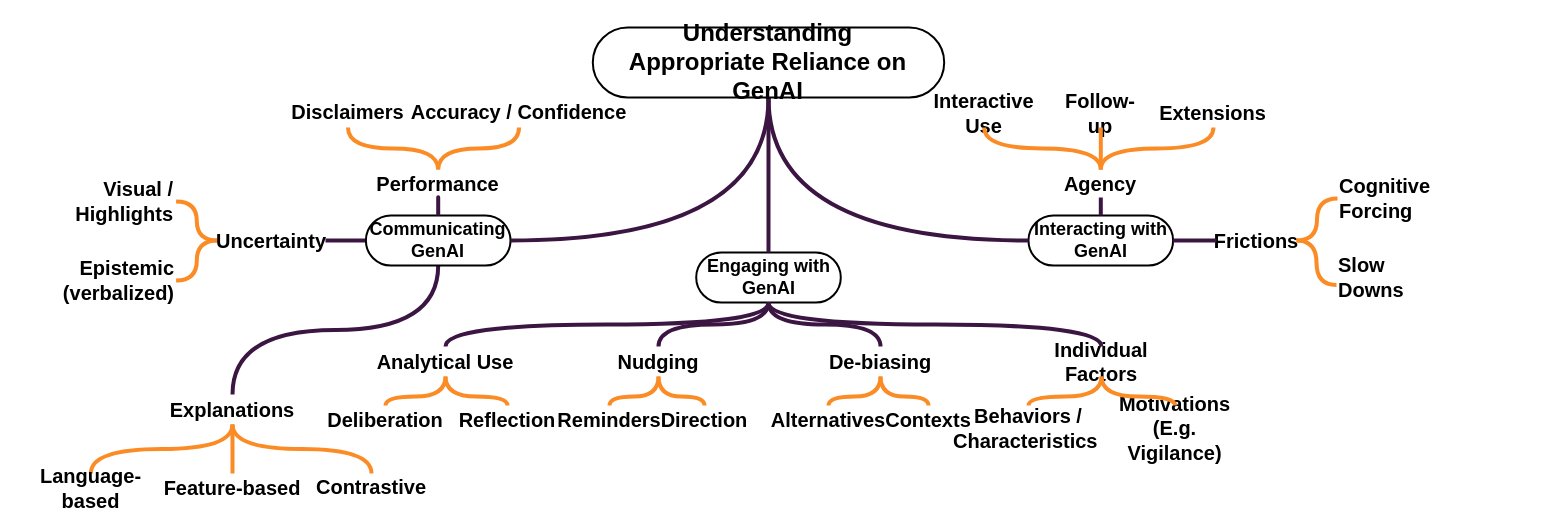
raeeschaudhary/Coursera_Exams keeps this draw.io diagram as ext/chi27-rev-4.1.drawio. Above is the earlier version. Source tidied: cells renumbered, new cells numbered last; positions are measured from the earlier drawing's top-left corner, leaving out a move shared by most shapes. Both pictures are drawn from the tidied source at 100%, with x=0, y=0 at pixel (18, 27).
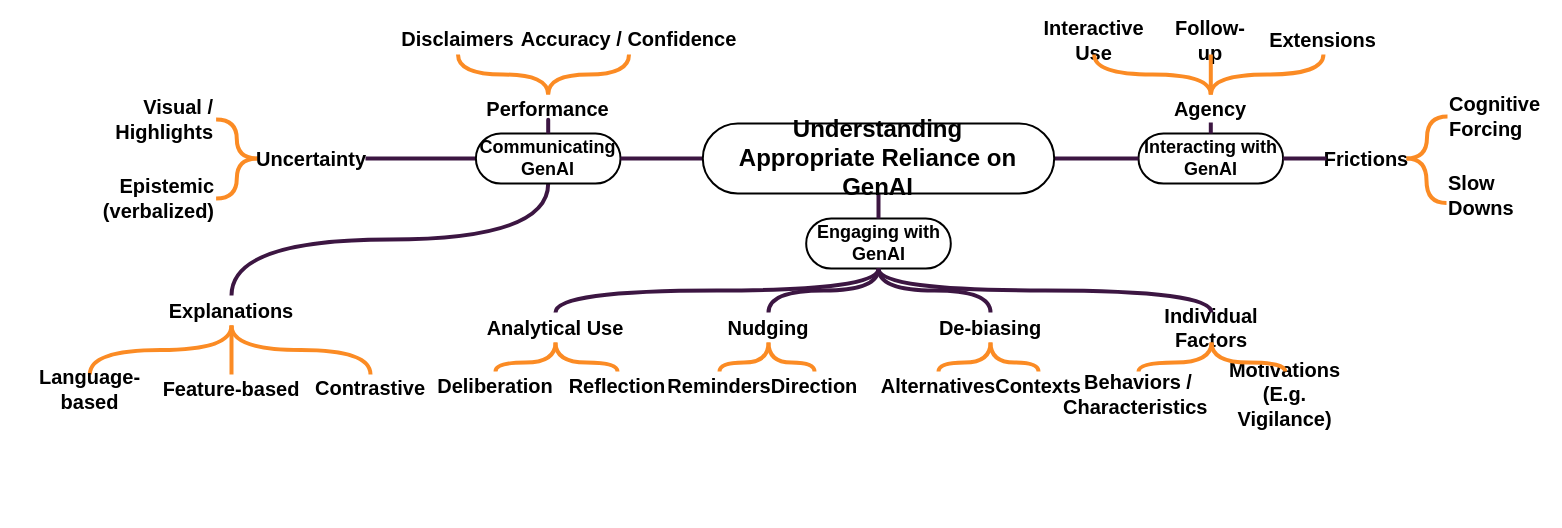
The same diagram, later.

Diff of the diagram source:
```diff
@@
     <mxCell id="4" value="Communicating GenAI" style="rounded=1;whiteSpace=wrap;html=1;arcSize=50;strokeWidth=2;fontFamily=calibri;fontSize=18;fontStyle=1;" parent="1" vertex="1">
-      <mxGeometry x="347.4" y="188" width="144.6" height="50" as="geometry" />
+      <mxGeometry x="457.4" y="106" width="144.6" height="50" as="geometry" />
     </mxCell>
@@
     <mxCell id="8" value="Explanations" style="text;html=1;whiteSpace=wrap;strokeColor=none;fillColor=none;align=center;verticalAlign=middle;rounded=0;fontFamily=calibri;fontStyle=1;fontSize=20;" parent="1" vertex="1">
-      <mxGeometry x="134" y="367" width="160" height="30" as="geometry" />
+      <mxGeometry x="133" y="268" width="160" height="30" as="geometry" />
     </mxCell>
@@
     <mxCell id="11" value="&lt;span&gt;Uncertainty&lt;/span&gt;" style="text;html=1;whiteSpace=wrap;strokeColor=none;fillColor=none;align=center;verticalAlign=middle;rounded=0;fontFamily=calibri;fontStyle=1;fontSize=20;" parent="1" vertex="1">
-      <mxGeometry x="199" y="199" width="108" height="28" as="geometry" />
+      <mxGeometry x="239" y="117" width="108" height="28" as="geometry" />
     </mxCell>
     <mxCell id="12" value="&lt;span style=&quot;font-size: 20px;&quot;&gt;Epistemic (verbalized)&lt;/span&gt;" style="text;html=1;whiteSpace=wrap;strokeColor=none;fillColor=none;align=right;verticalAlign=middle;rounded=0;fontFamily=calibri;fontSize=18;fontStyle=1;" parent="1" vertex="1">
-      <mxGeometry x="49.6" y="238" width="108" height="30" as="geometry" />
+      <mxGeometry x="89.6" y="156" width="108" height="30" as="geometry" />
     </mxCell>
     <mxCell id="13" value="&lt;span style=&quot;font-size: 20px;&quot;&gt;Visual / Highlights&lt;/span&gt;" style="text;html=1;whiteSpace=wrap;strokeColor=none;fillColor=none;align=right;verticalAlign=middle;rounded=0;fontFamily=calibri;fontSize=18;fontStyle=1;" parent="1" vertex="1">
-      <mxGeometry x="62.3" y="160" width="95.3" height="28" as="geometry" />
+      <mxGeometry x="102.3" y="78" width="95.3" height="28" as="geometry" />
     </mxCell>
     <mxCell id="14" value="&lt;span&gt;&lt;span style=&quot;font-size:20px;&quot;&gt;Language-based&lt;/span&gt;&lt;/span&gt;" style="text;html=1;whiteSpace=wrap;strokeColor=none;fillColor=none;align=center;verticalAlign=middle;rounded=0;fontFamily=calibri;fontSize=18;fontStyle=1;" parent="1" vertex="1">
-      <mxGeometry y="446" width="144.6" height="30" as="geometry" />
+      <mxGeometry x="-1" y="347" width="144.6" height="30" as="geometry" />
     </mxCell>
     <mxCell id="15" value="&lt;span style=&quot;font-size: 20px;&quot;&gt;Feature-based&lt;/span&gt;" style="text;html=1;whiteSpace=wrap;strokeColor=none;fillColor=none;align=center;verticalAlign=middle;rounded=0;fontFamily=calibri;fontSize=18;fontStyle=1;" parent="1" vertex="1">
-      <mxGeometry x="136" y="446" width="156" height="30" as="geometry" />
+      <mxGeometry x="135" y="347" width="156" height="30" as="geometry" />
     </mxCell>
     <mxCell id="16" value="&lt;span style=&quot;font-size: 20px;&quot;&gt;Contrastive&lt;/span&gt;" style="text;html=1;whiteSpace=wrap;strokeColor=none;fillColor=none;align=center;verticalAlign=middle;rounded=0;fontFamily=calibri;fontSize=18;fontStyle=1;" parent="1" vertex="1">
-      <mxGeometry x="299" y="446" width="108" height="28" as="geometry" />
+      <mxGeometry x="298" y="347" width="108" height="28" as="geometry" />
     </mxCell>
     <mxCell id="17" value="&lt;span&gt;Performance&lt;/span&gt;" style="text;html=1;whiteSpace=wrap;strokeColor=none;fillColor=none;align=center;verticalAlign=middle;rounded=0;fontFamily=calibri;fontStyle=1;fontSize=20;" parent="1" vertex="1">
-      <mxGeometry x="352" y="142" width="135.3" height="28" as="geometry" />
+      <mxGeometry x="462" y="67" width="135.3" height="28" as="geometry" />
     </mxCell>
@@
     <mxCell id="21" value="&lt;span style=&quot;font-size: 20px;&quot;&gt;Disclaimers&lt;/span&gt;" style="text;html=1;whiteSpace=wrap;strokeColor=none;fillColor=none;align=center;verticalAlign=middle;rounded=0;fontFamily=calibri;fontSize=18;fontStyle=1;" parent="1" vertex="1">
-      <mxGeometry x="258" y="70" width="143" height="30" as="geometry" />
+      <mxGeometry x="368" y="-3" width="143" height="30" as="geometry" />
     </mxCell>
     <mxCell id="22" value="&lt;span style=&quot;font-size: 20px;&quot;&gt;Accuracy / Confidence&lt;/span&gt;" style="text;html=1;whiteSpace=wrap;strokeColor=none;fillColor=none;align=center;verticalAlign=middle;rounded=0;fontFamily=calibri;fontSize=18;fontStyle=1;" parent="1" vertex="1">
-      <mxGeometry x="381" y="70" width="239" height="30" as="geometry" />
+      <mxGeometry x="491" y="-3" width="239" height="30" as="geometry" />
     </mxCell>
-    <mxCell id="23" style="edgeStyle=orthogonalEdgeStyle;rounded=0;jettySize=auto;html=1;exitX=0.5;exitY=1;exitDx=0;exitDy=0;entryX=1;entryY=0.5;entryDx=0;entryDy=0;endArrow=none;endFill=0;curved=1;endSize=6;strokeWidth=4;strokeColor=#3C1642;fontFamily=calibri;" parent="1" edge="1" source="64" target="4">
+    <mxCell id="23" style="edgeStyle=orthogonalEdgeStyle;rounded=0;jettySize=auto;html=1;exitX=0;exitY=0.5;exitDx=0;exitDy=0;entryX=1;entryY=0.5;entryDx=0;entryDy=0;endArrow=none;endFill=0;curved=1;endSize=6;strokeWidth=4;strokeColor=#3C1642;fontFamily=calibri;" parent="1" edge="1" source="64" target="4">
       <mxGeometry relative="1" as="geometry" />
     </mxCell>
     <mxCell id="24" value="Engaging with GenAI" style="rounded=1;whiteSpace=wrap;html=1;arcSize=50;strokeWidth=2;fontFamily=calibri;fontSize=18;fontStyle=1;" parent="1" vertex="1">
-      <mxGeometry x="677.7" y="225" width="144.6" height="50" as="geometry" />
+      <mxGeometry x="787.7" y="191" width="144.6" height="50" as="geometry" />
     </mxCell>
@@
     <mxCell id="27" value="Analytical Use" style="text;html=1;whiteSpace=wrap;strokeColor=none;fillColor=none;align=center;verticalAlign=middle;rounded=0;fontFamily=calibri;fontStyle=1;fontSize=20;" parent="1" vertex="1">
-      <mxGeometry x="347" y="319" width="160" height="30" as="geometry" />
+      <mxGeometry x="457" y="285" width="160" height="30" as="geometry" />
     </mxCell>
     <mxCell id="28" value="&lt;span style=&quot;font-size: 20px;&quot;&gt;Deliberation&lt;/span&gt;" style="text;html=1;whiteSpace=wrap;strokeColor=none;fillColor=none;align=center;verticalAlign=middle;rounded=0;fontFamily=calibri;fontSize=18;fontStyle=1;" parent="1" vertex="1">
-      <mxGeometry x="307" y="378" width="120" height="30" as="geometry" />
+      <mxGeometry x="417" y="344" width="120" height="30" as="geometry" />
     </mxCell>
     <mxCell id="29" value="&lt;span style=&quot;font-size: 20px;&quot;&gt;Reflection&lt;/span&gt;" style="text;html=1;whiteSpace=wrap;strokeColor=none;fillColor=none;align=center;verticalAlign=middle;rounded=0;fontFamily=calibri;fontSize=18;fontStyle=1;" parent="1" vertex="1">
-      <mxGeometry x="435" y="378" width="108" height="30" as="geometry" />
+      <mxGeometry x="545" y="344" width="108" height="30" as="geometry" />
     </mxCell>
@@
     <mxCell id="32" value="De-biasing" style="text;html=1;whiteSpace=wrap;strokeColor=none;fillColor=none;align=center;verticalAlign=middle;rounded=0;fontFamily=calibri;fontStyle=1;fontSize=20;" parent="1" vertex="1">
-      <mxGeometry x="782" y="319" width="160" height="30" as="geometry" />
+      <mxGeometry x="892" y="285" width="160" height="30" as="geometry" />
     </mxCell>
@@
     <mxCell id="34" value="&lt;span style=&quot;font-size: 20px;&quot;&gt;Alternatives&lt;/span&gt;" style="text;html=1;whiteSpace=wrap;strokeColor=none;fillColor=none;align=center;verticalAlign=middle;rounded=0;fontFamily=calibri;fontSize=18;fontStyle=1;" parent="1" vertex="1">
-      <mxGeometry x="750" y="378" width="120" height="30" as="geometry" />
+      <mxGeometry x="860" y="344" width="120" height="30" as="geometry" />
     </mxCell>
     <mxCell id="35" value="&lt;span style=&quot;font-size: 20px;&quot;&gt;Contexts&lt;/span&gt;" style="text;html=1;whiteSpace=wrap;strokeColor=none;fillColor=none;align=center;verticalAlign=middle;rounded=0;fontFamily=calibri;fontSize=18;fontStyle=1;" parent="1" vertex="1">
-      <mxGeometry x="856" y="378" width="108" height="30" as="geometry" />
+      <mxGeometry x="966" y="344" width="108" height="30" as="geometry" />
     </mxCell>
@@
     <mxCell id="38" value="Individual Factors" style="text;html=1;whiteSpace=wrap;strokeColor=none;fillColor=none;align=center;verticalAlign=middle;rounded=0;fontFamily=calibri;fontStyle=1;fontSize=20;" parent="1" vertex="1">
-      <mxGeometry x="1003" y="319" width="160" height="30" as="geometry" />
+      <mxGeometry x="1113" y="285" width="160" height="30" as="geometry" />
     </mxCell>
     <mxCell id="39" value="&lt;span style=&quot;font-size: 20px;&quot;&gt;Behaviors / Characteristics&amp;nbsp;&lt;/span&gt;" style="text;html=1;whiteSpace=wrap;strokeColor=none;fillColor=none;align=center;verticalAlign=middle;rounded=0;fontFamily=calibri;fontSize=18;fontStyle=1;" parent="1" vertex="1">
-      <mxGeometry x="950" y="378" width="120" height="46" as="geometry" />
+      <mxGeometry x="1060" y="344" width="120" height="46" as="geometry" />
     </mxCell>
     <mxCell id="40" value="&lt;span style=&quot;font-size: 20px;&quot;&gt;Motivations (E.g. Vigilance)&lt;/span&gt;" style="text;html=1;whiteSpace=wrap;strokeColor=none;fillColor=none;align=center;verticalAlign=middle;rounded=0;fontFamily=calibri;fontSize=18;fontStyle=1;" parent="1" vertex="1">
-      <mxGeometry x="1089" y="378" width="135.3" height="46" as="geometry" />
+      <mxGeometry x="1199" y="344" width="135.3" height="46" as="geometry" />
     </mxCell>
@@
     <mxCell id="44" value="Interacting with GenAI" style="rounded=1;whiteSpace=wrap;html=1;arcSize=50;strokeWidth=2;fontFamily=calibri;fontSize=18;fontStyle=1;" parent="1" vertex="1">
-      <mxGeometry x="1010" y="188" width="144.6" height="50" as="geometry" />
+      <mxGeometry x="1120" y="106" width="144.6" height="50" as="geometry" />
     </mxCell>
@@
     <mxCell id="46" value="Agency" style="text;html=1;whiteSpace=wrap;strokeColor=none;fillColor=none;align=center;verticalAlign=middle;rounded=0;fontFamily=calibri;fontStyle=1;fontSize=20;" parent="1" vertex="1">
-      <mxGeometry x="1002.3" y="142" width="160" height="28" as="geometry" />
+      <mxGeometry x="1112.3" y="67" width="160" height="28" as="geometry" />
     </mxCell>
     <mxCell id="47" value="&lt;span style=&quot;font-size: 20px;&quot;&gt;Interactive Use&lt;/span&gt;" style="text;html=1;whiteSpace=wrap;strokeColor=none;fillColor=none;align=center;verticalAlign=middle;rounded=0;fontFamily=calibri;fontSize=18;fontStyle=1;" parent="1" vertex="1">
-      <mxGeometry x="898" y="72" width="135.3" height="28" as="geometry" />
+      <mxGeometry x="1008" y="-1" width="135.3" height="28" as="geometry" />
     </mxCell>
     <mxCell id="48" value="&lt;span style=&quot;font-size: 20px;&quot;&gt;Follow-up&lt;/span&gt;" style="text;html=1;whiteSpace=wrap;strokeColor=none;fillColor=none;align=center;verticalAlign=middle;rounded=0;fontFamily=calibri;fontSize=18;fontStyle=1;" parent="1" vertex="1">
-      <mxGeometry x="1037.3" y="72" width="90" height="28" as="geometry" />
+      <mxGeometry x="1147.3" y="-1" width="90" height="28" as="geometry" />
     </mxCell>
@@
     <mxCell id="50" value="Nudging" style="text;html=1;whiteSpace=wrap;strokeColor=none;fillColor=none;align=center;verticalAlign=middle;rounded=0;fontFamily=calibri;fontStyle=1;fontSize=20;" parent="1" vertex="1">
-      <mxGeometry x="560" y="319" width="160" height="30" as="geometry" />
+      <mxGeometry x="670" y="285" width="160" height="30" as="geometry" />
     </mxCell>
@@
     <mxCell id="52" value="&lt;span style=&quot;font-size: 20px;&quot;&gt;Reminders&lt;/span&gt;" style="text;html=1;whiteSpace=wrap;strokeColor=none;fillColor=none;align=center;verticalAlign=middle;rounded=0;fontFamily=calibri;fontSize=18;fontStyle=1;" parent="1" vertex="1">
-      <mxGeometry x="531" y="378" width="120" height="30" as="geometry" />
+      <mxGeometry x="641" y="344" width="120" height="30" as="geometry" />
     </mxCell>
     <mxCell id="53" value="&lt;span style=&quot;font-size: 20px;&quot;&gt;Direction&lt;/span&gt;" style="text;html=1;whiteSpace=wrap;strokeColor=none;fillColor=none;align=center;verticalAlign=middle;rounded=0;fontFamily=calibri;fontSize=18;fontStyle=1;" parent="1" vertex="1">
-      <mxGeometry x="632" y="378" width="108" height="30" as="geometry" />
+      <mxGeometry x="742" y="344" width="108" height="30" as="geometry" />
     </mxCell>
@@
     <mxCell id="56" value="Frictions" style="text;html=1;whiteSpace=wrap;strokeColor=none;fillColor=none;align=center;verticalAlign=middle;rounded=0;fontFamily=calibri;fontStyle=1;fontSize=20;" parent="1" vertex="1">
-      <mxGeometry x="1198" y="199" width="80" height="28" as="geometry" />
+      <mxGeometry x="1308" y="117" width="80" height="28" as="geometry" />
     </mxCell>
     <mxCell id="57" value="&lt;span style=&quot;font-size: 20px;&quot;&gt;Slow&amp;nbsp;&lt;/span&gt;&lt;div&gt;&lt;span style=&quot;font-size: 20px;&quot;&gt;Downs&lt;/span&gt;&lt;/div&gt;" style="text;html=1;whiteSpace=wrap;strokeColor=none;fillColor=none;align=left;verticalAlign=middle;rounded=0;fontFamily=calibri;fontSize=18;fontStyle=1;" parent="1" vertex="1">
-      <mxGeometry x="1318" y="235" width="80" height="30" as="geometry" />
+      <mxGeometry x="1428" y="153" width="80" height="30" as="geometry" />
     </mxCell>
     <mxCell id="58" value="&lt;div style=&quot;&quot;&gt;&lt;span style=&quot;font-size: 20px; background-color: transparent; color: light-dark(rgb(0, 0, 0), rgb(255, 255, 255));&quot;&gt;Cognitive&amp;nbsp;&lt;/span&gt;&lt;/div&gt;&lt;div style=&quot;&quot;&gt;&lt;span style=&quot;font-size: 20px;&quot;&gt;Forcing&lt;/span&gt;&lt;/div&gt;" style="text;html=1;whiteSpace=wrap;strokeColor=none;fillColor=none;align=left;verticalAlign=middle;rounded=0;fontFamily=calibri;fontSize=18;fontStyle=1;" parent="1" vertex="1">
-      <mxGeometry x="1319" y="156" width="80" height="30" as="geometry" />
+      <mxGeometry x="1429" y="74" width="80" height="30" as="geometry" />
     </mxCell>
@@
-    <mxCell id="62" style="edgeStyle=orthogonalEdgeStyle;rounded=0;jettySize=auto;html=1;exitX=0.5;exitY=1;exitDx=0;exitDy=0;endArrow=none;endFill=0;curved=1;endSize=6;strokeWidth=4;strokeColor=#3C1642;entryX=0;entryY=0.5;entryDx=0;entryDy=0;fontFamily=calibri;" parent="1" edge="1" source="64" target="44">
+    <mxCell id="62" style="edgeStyle=orthogonalEdgeStyle;rounded=0;jettySize=auto;html=1;exitX=1;exitY=0.5;exitDx=0;exitDy=0;endArrow=none;endFill=0;curved=1;endSize=6;strokeWidth=4;strokeColor=#3C1642;entryX=0;entryY=0.5;entryDx=0;entryDy=0;fontFamily=calibri;" parent="1" edge="1" source="64" target="44">
       <mxGeometry relative="1" as="geometry" />
     </mxCell>
@@
     <mxCell id="64" value="&lt;span style=&quot;font-size: 24px;&quot;&gt;&amp;nbsp;Understanding&amp;nbsp;&lt;/span&gt;&lt;div style=&quot;font-size: 24px;&quot;&gt;Appropriate Reliance on GenAI&lt;/div&gt;" style="rounded=1;whiteSpace=wrap;html=1;arcSize=50;strokeWidth=2;fontFamily=calibri;fontSize=18;fontStyle=1;" parent="1" vertex="1">
-      <mxGeometry x="574.3" width="351.4" height="70" as="geometry" />
+      <mxGeometry x="684.3" y="96" width="351.4" height="70" as="geometry" />
     </mxCell>
     <mxCell id="65" value="&lt;span style=&quot;font-size: 20px;&quot;&gt;Extensions&lt;/span&gt;" style="text;html=1;whiteSpace=wrap;strokeColor=none;fillColor=none;align=center;verticalAlign=middle;rounded=0;fontFamily=calibri;fontSize=18;fontStyle=1;" parent="1" vertex="1">
-      <mxGeometry x="1127.3" y="72" width="135.3" height="28" as="geometry" />
+      <mxGeometry x="1237.3" y="-1" width="135.3" height="28" as="geometry" />
     </mxCell>
```
